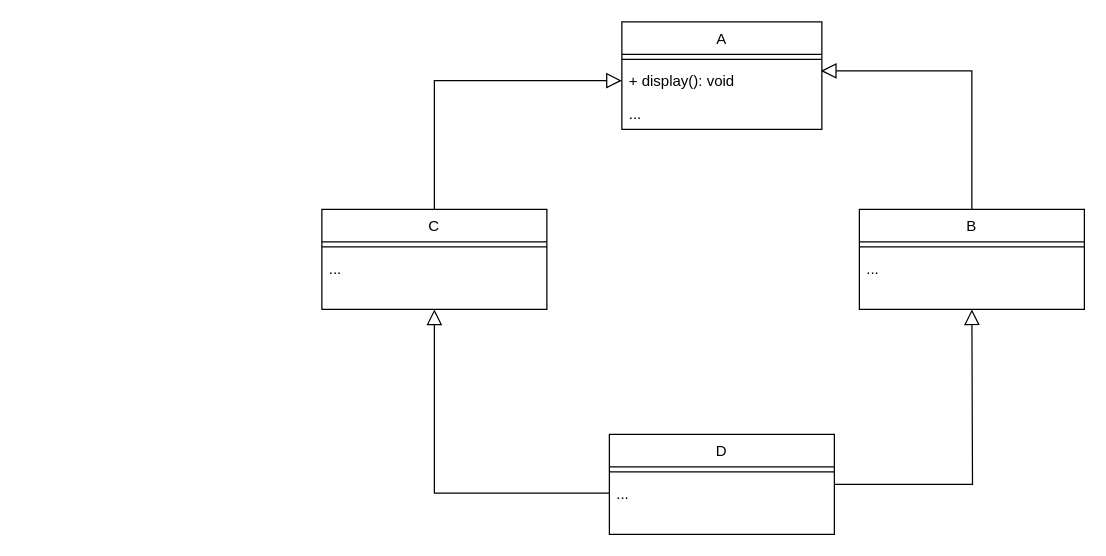
Earlier version of the draw.io diagram OOP_TH_W2.drawio (CatHuyuH24/CatHuyuH24). Source tidied: cells renumbered, new cells numbered last; positions are measured from the earlier drawing's top-left corner, leaving out a move shared by most shapes. Both pictures are drawn from the tidied source at 125%, with x=0, y=0 at pixel (321, 21).
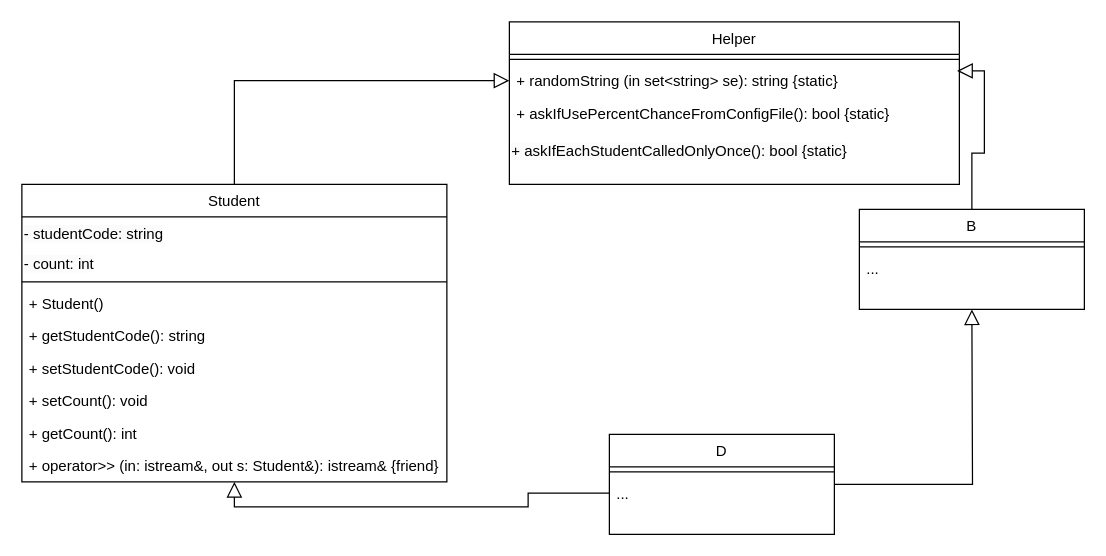
The same page after the edit.

What changed in the source:
```diff
@@
-    <mxCell id="2" value="A" style="swimlane;fontStyle=0;align=center;verticalAlign=top;horizontal=1;startSize=26;rounded=0;shadow=0;strokeWidth=1;" parent="1" vertex="1">
-      <mxGeometry x="240" width="160" height="86" as="geometry" />
+    <mxCell id="2" value="Helper" style="swimlane;fontStyle=0;align=center;verticalAlign=top;horizontal=1;startSize=26;rounded=0;shadow=0;strokeWidth=1;" parent="1" vertex="1">
+      <mxGeometry x="150" width="360" height="130" as="geometry" />
     </mxCell>
     <mxCell id="3" style="line;html=1;strokeWidth=1;align=left;verticalAlign=middle;spacingTop=-1;spacingLeft=3;spacingRight=3;labelPosition=right;" parent="2" vertex="1">
-      <mxGeometry y="26" width="160" height="8" as="geometry" />
+      <mxGeometry y="26" width="360" height="8" as="geometry" />
     </mxCell>
-    <mxCell id="4" value="+ display(): void" style="text;align=left;verticalAlign=top;spacingLeft=4;spacingRight=4;overflow=hidden;points=[[0,0.5],[1,0.5]];portConstraint=eastwest;" parent="2" vertex="1">
-      <mxGeometry y="34" width="160" height="26" as="geometry" />
+    <mxCell id="4" value="+ randomString (in set&lt;string&gt; se): string {static}" style="text;align=left;verticalAlign=top;spacingLeft=4;spacingRight=4;overflow=hidden;points=[[0,0.5],[1,0.5]];portConstraint=eastwest;" parent="2" vertex="1">
+      <mxGeometry y="34" width="360" height="26" as="geometry" />
     </mxCell>
-    <mxCell id="5" value="..." style="text;align=left;verticalAlign=top;spacingLeft=4;spacingRight=4;overflow=hidden;" parent="2" vertex="1">
-      <mxGeometry y="60" width="160" height="26" as="geometry" />
+    <mxCell id="5" value="+ askIfUsePercentChanceFromConfigFile(): bool {static}" style="text;align=left;verticalAlign=top;spacingLeft=4;spacingRight=4;overflow=hidden;" parent="2" vertex="1">
+      <mxGeometry y="60" width="360" height="30" as="geometry" />
     </mxCell>
+    <mxCell id="19" value="&lt;span style=&quot;color: rgb(0, 0, 0); font-family: Helvetica; font-size: 12px; font-style: normal; font-variant-ligatures: normal; font-variant-caps: normal; font-weight: 400; letter-spacing: normal; orphans: 2; text-align: left; text-indent: 0px; text-transform: none; widows: 2; word-spacing: 0px; -webkit-text-stroke-width: 0px; white-space: nowrap; background-color: rgb(251, 251, 251); text-decoration-thickness: initial; text-decoration-style: initial; text-decoration-color: initial; display: inline !important; float: none;&quot;&gt;+ askIfEachStudentCalledOnlyOnce(): bool {static}&lt;/span&gt;" style="text;whiteSpace=wrap;html=1;" parent="2" vertex="1">
+      <mxGeometry y="90" width="360" height="30" as="geometry" />
+    </mxCell>
@@
-    <mxCell id="10" value="C" style="swimlane;fontStyle=0;align=center;verticalAlign=top;horizontal=1;startSize=26;rounded=0;shadow=0;strokeWidth=1;" parent="1" vertex="1">
-      <mxGeometry y="150" width="180" height="80" as="geometry" />
+    <mxCell id="10" value="Student" style="swimlane;fontStyle=0;align=center;verticalAlign=top;horizontal=1;startSize=26;rounded=0;shadow=0;strokeWidth=1;" parent="1" vertex="1">
+      <mxGeometry x="-240" y="130" width="340" height="238" as="geometry" />
     </mxCell>
+    <mxCell id="20" value="&lt;span style=&quot;color: rgb(0, 0, 0); font-family: Helvetica; font-size: 12px; font-style: normal; font-variant-ligatures: normal; font-variant-caps: normal; font-weight: 400; letter-spacing: normal; orphans: 2; text-align: left; text-indent: 0px; text-transform: none; widows: 2; word-spacing: 0px; -webkit-text-stroke-width: 0px; white-space: nowrap; background-color: rgb(251, 251, 251); text-decoration-thickness: initial; text-decoration-style: initial; text-decoration-color: initial; display: inline !important; float: none;&quot;&gt;- studentCode: string&lt;/span&gt;" style="text;whiteSpace=wrap;html=1;" parent="10" vertex="1">
+      <mxGeometry y="26" width="340" height="24" as="geometry" />
+    </mxCell>
+    <mxCell id="21" value="&lt;span style=&quot;color: rgb(0, 0, 0); font-family: Helvetica; font-size: 12px; font-style: normal; font-variant-ligatures: normal; font-variant-caps: normal; font-weight: 400; letter-spacing: normal; orphans: 2; text-align: left; text-indent: 0px; text-transform: none; widows: 2; word-spacing: 0px; -webkit-text-stroke-width: 0px; white-space: nowrap; background-color: rgb(251, 251, 251); text-decoration-thickness: initial; text-decoration-style: initial; text-decoration-color: initial; display: inline !important; float: none;&quot;&gt;- count: int&lt;/span&gt;" style="text;whiteSpace=wrap;html=1;" parent="10" vertex="1">
+      <mxGeometry y="50" width="340" height="24" as="geometry" />
+    </mxCell>
     <mxCell id="11" style="line;html=1;strokeWidth=1;align=left;verticalAlign=middle;spacingTop=-1;spacingLeft=3;spacingRight=3;labelPosition=right;" parent="10" vertex="1">
-      <mxGeometry y="26" width="180" height="8" as="geometry" />
+      <mxGeometry y="74" width="340" height="8" as="geometry" />
     </mxCell>
-    <mxCell id="12" value="..." style="text;align=left;verticalAlign=top;spacingLeft=4;spacingRight=4;overflow=hidden;" parent="10" vertex="1">
-      <mxGeometry y="34" width="180" height="26" as="geometry" />
+    <mxCell id="12" value="+ Student()" style="text;align=left;verticalAlign=top;spacingLeft=4;spacingRight=4;overflow=hidden;" parent="10" vertex="1">
+      <mxGeometry y="82" width="340" height="26" as="geometry" />
     </mxCell>
+    <mxCell id="22" value="+ getStudentCode(): string" style="text;align=left;verticalAlign=top;spacingLeft=4;spacingRight=4;overflow=hidden;" parent="10" vertex="1">
+      <mxGeometry y="108" width="340" height="26" as="geometry" />
+    </mxCell>
+    <mxCell id="23" value="+ setStudentCode(): void" style="text;align=left;verticalAlign=top;spacingLeft=4;spacingRight=4;overflow=hidden;" parent="10" vertex="1">
+      <mxGeometry y="134" width="340" height="26" as="geometry" />
+    </mxCell>
+    <mxCell id="24" value="+ setCount(): void" style="text;align=left;verticalAlign=top;spacingLeft=4;spacingRight=4;overflow=hidden;" parent="10" vertex="1">
+      <mxGeometry y="160" width="340" height="26" as="geometry" />
+    </mxCell>
+    <mxCell id="25" value="+ getCount(): int" style="text;align=left;verticalAlign=top;spacingLeft=4;spacingRight=4;overflow=hidden;" parent="10" vertex="1">
+      <mxGeometry y="186" width="340" height="26" as="geometry" />
+    </mxCell>
+    <mxCell id="26" value="+ operator&gt;&gt; (in: istream&amp;, out s: Student&amp;): istream&amp; {friend}" style="text;align=left;verticalAlign=top;spacingLeft=4;spacingRight=4;overflow=hidden;" parent="10" vertex="1">
+      <mxGeometry y="212" width="340" height="26" as="geometry" />
+    </mxCell>
```
